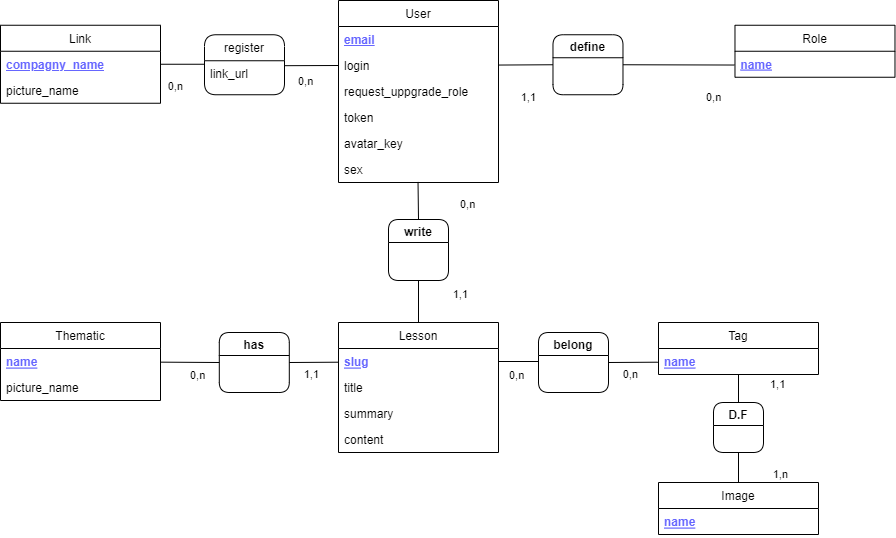
Earlier version of the draw.io export data/MCD.drawio.png (aviateur22/mylesson_v2_back). Source tidied: cells renumbered, new cells last; positions are measured from the earlier drawing's top-left corner, leaving out a move shared by most shapes.
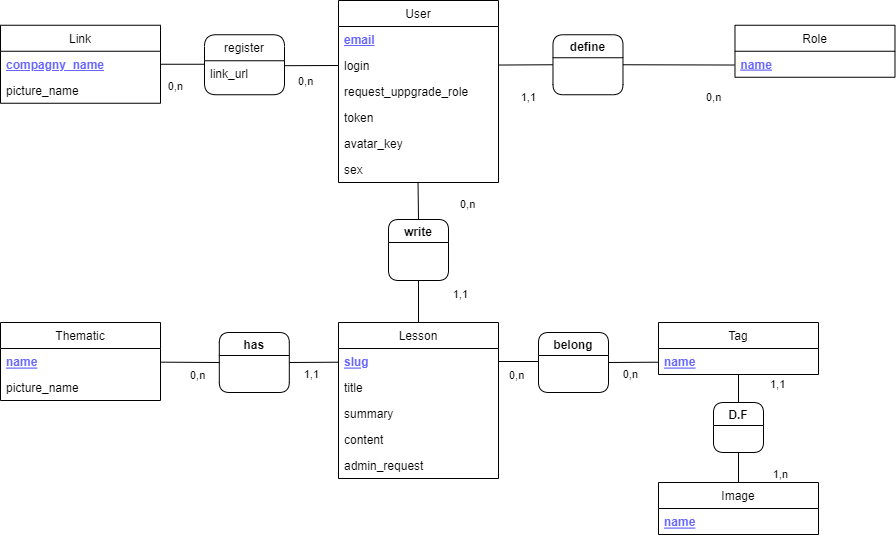
The same diagram one commit later.

Diff of the diagram source:
```diff
@@ -30,7 +30,7 @@
       <mxGeometry y="26" width="160" height="26" as="geometry" />
     </mxCell>
     <mxCell id="11" value="Lesson" style="swimlane;fontStyle=0;horizontal=1;startSize=26;" parent="1" vertex="1">
-      <mxGeometry x="338" y="322" width="160" height="130" as="geometry" />
+      <mxGeometry x="338" y="322" width="160" height="156" as="geometry" />
     </mxCell>
     <mxCell id="12" value="slug" style="text;strokeColor=none;fillColor=none;align=left;verticalAlign=top;spacingLeft=4;spacingRight=4;overflow=hidden;fontStyle=5;fontColor=#6666FF;" parent="11" vertex="1">
       <mxGeometry y="26" width="160" height="26" as="geometry" />
@@ -44,6 +44,9 @@
     <mxCell id="15" value="content" style="text;strokeColor=none;fillColor=none;align=left;verticalAlign=top;spacingLeft=4;spacingRight=4;overflow=hidden;" parent="11" vertex="1">
       <mxGeometry y="104" width="160" height="26" as="geometry" />
     </mxCell>
+    <mxCell id="57" value="admin_request" style="text;strokeColor=none;fillColor=none;align=left;verticalAlign=top;spacingLeft=4;spacingRight=4;overflow=hidden;" parent="11" vertex="1">
+      <mxGeometry y="130" width="160" height="26" as="geometry" />
+    </mxCell>
     <mxCell id="16" value="Tag" style="swimlane;fontStyle=0;horizontal=1;startSize=26;" parent="1" vertex="1">
       <mxGeometry x="658" y="322" width="160" height="52" as="geometry" />
     </mxCell>
```
